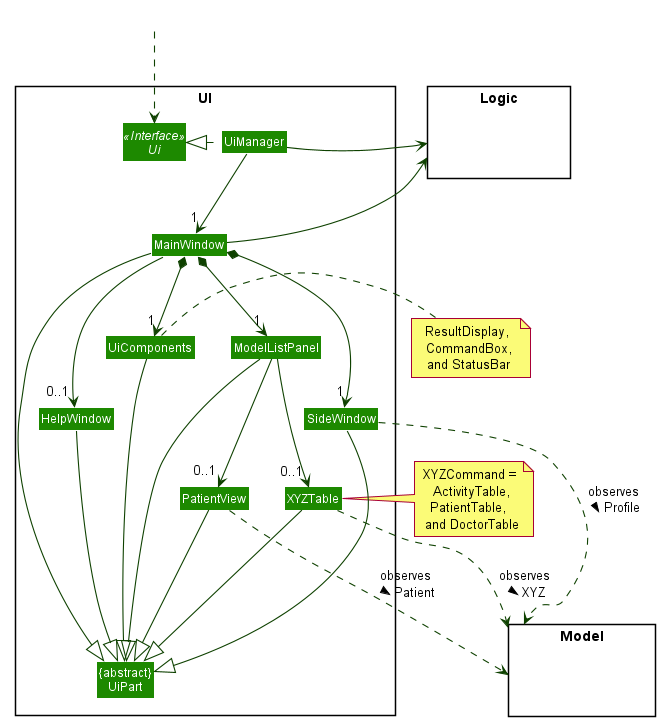
Earlier version of the PlantUML export docs/images/UiClassDiagram.png (simonjulianl/tp). Source of this version:
```plantuml
@startuml
!include style.puml
skinparam arrowThickness 1.1
skinparam arrowColor UI_COLOR_T4
skinparam classBackgroundColor UI_COLOR

package UI <<Rectangle>>{
Interface Ui <<Interface>>
Class "{abstract}\nUiPart" as UiPart
Class UiManager
Class MainWindow
Class HelpWindow
Class ModelListPanel
Class SideWindow
Class XYZTable
Class PatientView
Class UiComponents
}

note right of UiComponents: ResultDisplay,\n  CommandBox, \n and StatusBar

package Model <<Rectangle>> {
Class HiddenModel #FFFFFF
}

package Logic <<Rectangle>> {
Class HiddenLogic #FFFFFF
}

Class HiddenOutside #FFFFFF
HiddenOutside ..> Ui

UiManager .left.|> Ui
UiManager --> "1" MainWindow
MainWindow *-->  "1" UiComponents
MainWindow *-->  "1" SideWindow
MainWindow *--> "1" ModelListPanel
MainWindow --> "0..1" HelpWindow

MainWindow ----|> UiPart

UiComponents --|> UiPart
ModelListPanel --|> UiPart
SideWindow --|>UiPart
HelpWindow --|> UiPart
PatientView --|> UiPart
XYZTable --|> UiPart

UiManager -right-> Logic
MainWindow -left-> Logic

ModelListPanel --> "0..1" PatientView
PatientView -[hidden]right- XYZTable
ModelListPanel --> "0..1" XYZTable
note right of XYZTable: XYZCommand =\n  ActivityTable, \nPatientTable, \n and DoctorTable

XYZTable ..> Model : observes \n XYZ >
PatientView ..> Model : observes \n  Patient >
SideWindow ..> Model : observes \n Profile >

UiComponents -[hidden]left- ModelListPanel

MainWindow -[hidden]-|> UiPart
@enduml
```
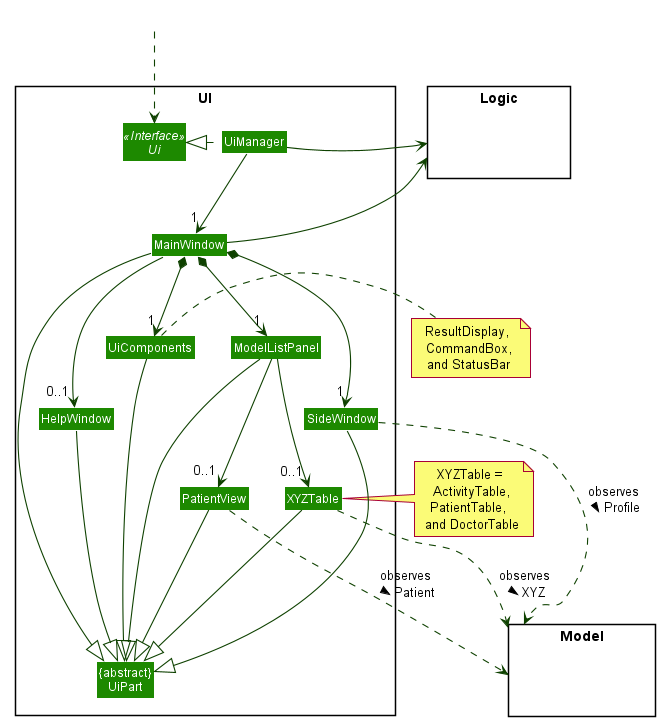
After the change.

Commit message:
Change Xyzcommand to xyztable

The edit, as a diff of the source:
```diff
@@ -52,7 +52,7 @@
 ModelListPanel --> "0..1" PatientView
 PatientView -[hidden]right- XYZTable
 ModelListPanel --> "0..1" XYZTable
-note right of XYZTable: XYZCommand =\n  ActivityTable, \nPatientTable, \n and DoctorTable
+note right of XYZTable: XYZTable =\n  ActivityTable, \nPatientTable, \n and DoctorTable
 
 XYZTable ..> Model : observes \n XYZ >
 PatientView ..> Model : observes \n  Patient >
```
